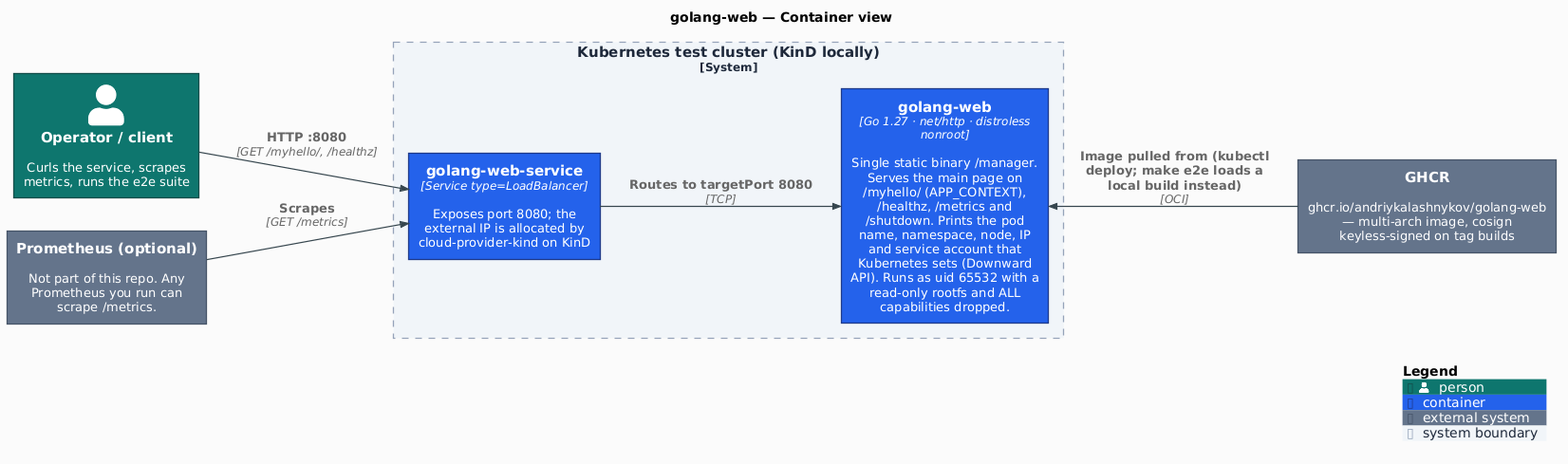
Above: docs/diagrams/out/c4-container.png in AndriyKalashnykov/golang-web (PlantUML), before the change.
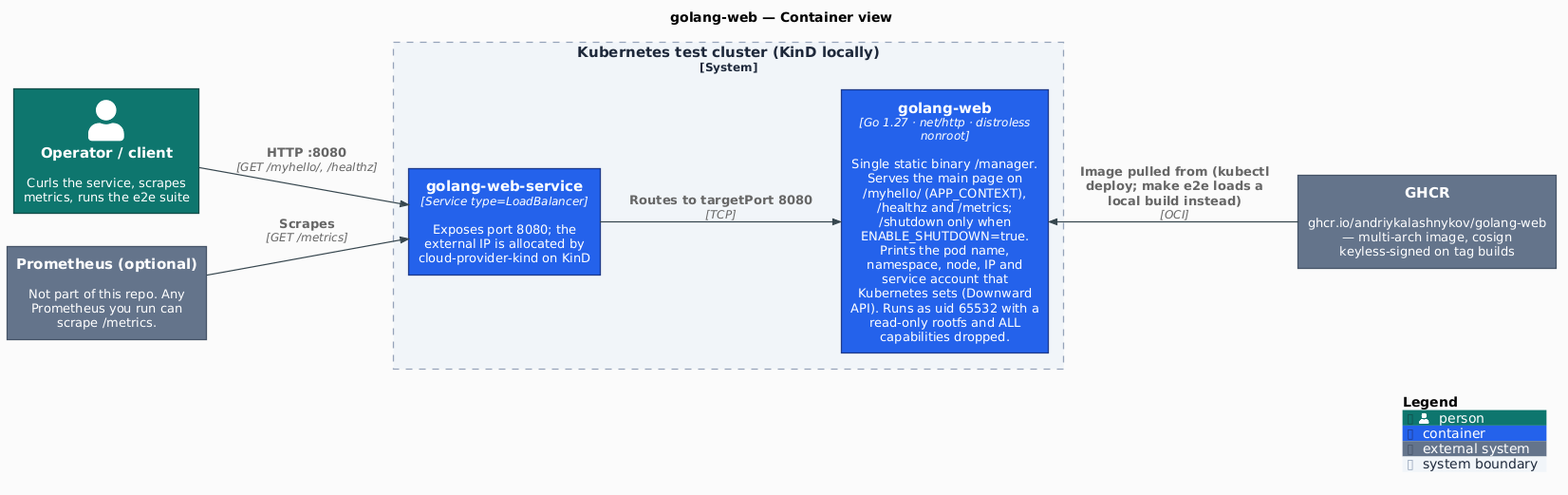
After the commit.

Commit message:
fix: serve /shutdown only when ENABLE_SHUTDOWN=true; README in install-then-use order (#277)

Change to the diagram source:
```diff
@@ -24,7 +24,7 @@
 
 System_Boundary(cluster, "Kubernetes test cluster (KinD locally)") {
     Container(svc, "golang-web-service", "Service type=LoadBalancer", "Exposes port 8080; the external IP is allocated by cloud-provider-kind on KinD")
-    Container(app, "golang-web", "Go 1.27 · net/http · distroless nonroot", "Single static binary /manager. Serves the main page on /myhello/ (APP_CONTEXT), /healthz, /metrics and /shutdown. Prints the pod name, namespace, node, IP and service account that Kubernetes sets (Downward API). Runs as uid 65532 with a read-only rootfs and ALL capabilities dropped.")
+    Container(app, "golang-web", "Go 1.27 · net/http · distroless nonroot", "Single static binary /manager. Serves the main page on /myhello/ (APP_CONTEXT), /healthz and /metrics; /shutdown only when ENABLE_SHUTDOWN=true. Prints the pod name, namespace, node, IP and service account that Kubernetes sets (Downward API). Runs as uid 65532 with a read-only rootfs and ALL capabilities dropped.")
 }
 
 System_Ext(ghcr, "GHCR", "ghcr.io/andriykalashnykov/golang-web — multi-arch image, cosign keyless-signed on tag builds")
```
